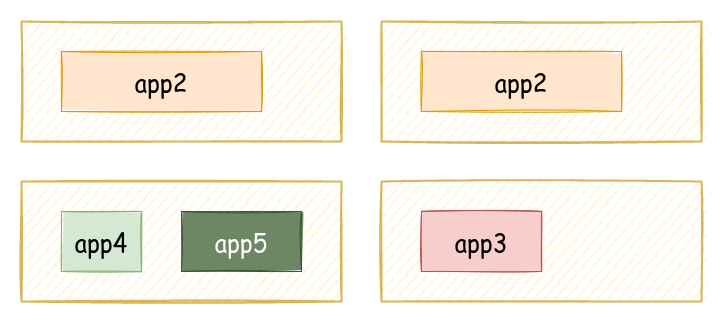
Before: 10-about/slides/images/27-new-services-server-off.png, a diagram exported from draw.io (prosto-o/kubernetes). Source tidied: cells renumbered, new cells last; positions are measured from the earlier drawing's top-left corner, leaving out a move shared by most shapes. The source it was exported from:
```xml
<mxGraphModel>
  <root>
    <mxCell id="0" />
    <mxCell id="1" parent="0" />
    <mxCell id="2" style="rounded=0;whiteSpace=wrap;html=1;verticalAlign=top;spacingTop=-48;sketch=1;fontFamily=Comic Sans MS;fontSize=24;fillColor=#fff2cc;strokeColor=#d6b656;fillStyle=auto;strokeWidth=2;" parent="1" vertex="1">
      <mxGeometry x="360" y="160" width="320" height="120" as="geometry" />
    </mxCell>
    <mxCell id="3" style="rounded=0;whiteSpace=wrap;html=1;verticalAlign=top;spacingTop=-48;sketch=1;fontFamily=Comic Sans MS;fontSize=24;fillColor=#fff2cc;strokeColor=#d6b656;fillStyle=auto;strokeWidth=2;" parent="1" vertex="1">
      <mxGeometry width="320" height="120" as="geometry" />
    </mxCell>
    <mxCell id="4" value="app2" style="rounded=0;whiteSpace=wrap;html=1;verticalAlign=middle;fontSize=24;fillColor=#ffe6cc;strokeColor=#d79b00;sketch=1;fontFamily=Comic Sans MS;fillStyle=solid;" parent="1" vertex="1">
      <mxGeometry x="40" y="30" width="200" height="60" as="geometry" />
    </mxCell>
    <mxCell id="5" value="app3" style="rounded=0;whiteSpace=wrap;html=1;verticalAlign=middle;fontSize=24;fillColor=#f8cecc;strokeColor=#b85450;sketch=1;fontFamily=Comic Sans MS;fillStyle=solid;" parent="1" vertex="1">
      <mxGeometry x="400" y="190" width="120" height="60" as="geometry" />
    </mxCell>
    <mxCell id="6" style="rounded=0;whiteSpace=wrap;html=1;verticalAlign=top;spacingTop=-48;sketch=1;fontFamily=Comic Sans MS;fontSize=24;fillColor=#fff2cc;strokeColor=#d6b656;fillStyle=auto;strokeWidth=2;" parent="1" vertex="1">
      <mxGeometry x="360" width="320" height="120" as="geometry" />
    </mxCell>
    <mxCell id="7" value="app2" style="rounded=0;whiteSpace=wrap;html=1;verticalAlign=middle;fontSize=24;fillColor=#ffe6cc;strokeColor=#d79b00;sketch=1;fontFamily=Comic Sans MS;fillStyle=solid;" parent="1" vertex="1">
      <mxGeometry x="400" y="30" width="200" height="60" as="geometry" />
    </mxCell>
    <mxCell id="8" style="rounded=0;whiteSpace=wrap;html=1;verticalAlign=top;spacingTop=-48;sketch=1;fontFamily=Comic Sans MS;fontSize=24;fillColor=#fff2cc;strokeColor=#d6b656;fillStyle=auto;strokeWidth=2;" parent="1" vertex="1">
      <mxGeometry y="160" width="320" height="120" as="geometry" />
    </mxCell>
    <mxCell id="9" value="app4" style="rounded=0;whiteSpace=wrap;html=1;verticalAlign=middle;fontSize=24;fillColor=#d5e8d4;strokeColor=#82b366;sketch=1;fontFamily=Comic Sans MS;fillStyle=solid;" parent="1" vertex="1">
      <mxGeometry x="40" y="190" width="80" height="60" as="geometry" />
    </mxCell>
    <mxCell id="10" value="app5" style="rounded=0;whiteSpace=wrap;html=1;verticalAlign=middle;fontSize=24;fillColor=#6d8764;strokeColor=#3A5431;sketch=1;fontFamily=Comic Sans MS;fillStyle=solid;fontColor=#ffffff;" parent="1" vertex="1">
      <mxGeometry x="160" y="190" width="120" height="60" as="geometry" />
    </mxCell>
  </root>
</mxGraphModel>
```
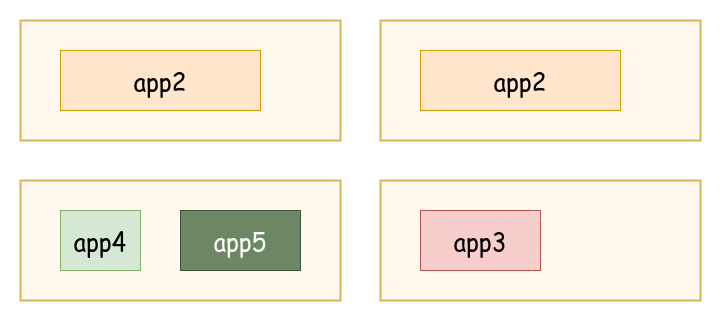
After the commit.

What changed in the source:
```diff
@@ -2,31 +2,31 @@
   <root>
     <mxCell id="0" />
     <mxCell id="1" parent="0" />
-    <mxCell id="2" style="rounded=0;whiteSpace=wrap;html=1;verticalAlign=top;spacingTop=-48;sketch=1;fontFamily=Comic Sans MS;fontSize=24;fillColor=#fff2cc;strokeColor=#d6b656;fillStyle=auto;strokeWidth=2;" parent="1" vertex="1">
+    <mxCell id="2" style="rounded=0;whiteSpace=wrap;html=1;verticalAlign=top;spacingTop=-48;fontFamily=Comic Sans MS;fontSize=24;fillColor=#FFF9F0;strokeColor=#d6b656;fillStyle=auto;strokeWidth=2;" parent="1" vertex="1">
       <mxGeometry x="360" y="160" width="320" height="120" as="geometry" />
     </mxCell>
-    <mxCell id="3" style="rounded=0;whiteSpace=wrap;html=1;verticalAlign=top;spacingTop=-48;sketch=1;fontFamily=Comic Sans MS;fontSize=24;fillColor=#fff2cc;strokeColor=#d6b656;fillStyle=auto;strokeWidth=2;" parent="1" vertex="1">
+    <mxCell id="3" style="rounded=0;whiteSpace=wrap;html=1;verticalAlign=top;spacingTop=-48;fontFamily=Comic Sans MS;fontSize=24;fillColor=#FFF9F0;strokeColor=#d6b656;fillStyle=auto;strokeWidth=2;" parent="1" vertex="1">
       <mxGeometry width="320" height="120" as="geometry" />
     </mxCell>
-    <mxCell id="4" value="app2" style="rounded=0;whiteSpace=wrap;html=1;verticalAlign=middle;fontSize=24;fillColor=#ffe6cc;strokeColor=#d79b00;sketch=1;fontFamily=Comic Sans MS;fillStyle=solid;" parent="1" vertex="1">
+    <mxCell id="4" value="app2" style="rounded=0;whiteSpace=wrap;html=1;verticalAlign=middle;fontSize=24;fillColor=#ffe6cc;strokeColor=#d79b00;fontFamily=Comic Sans MS;fillStyle=solid;" parent="1" vertex="1">
       <mxGeometry x="40" y="30" width="200" height="60" as="geometry" />
     </mxCell>
-    <mxCell id="5" value="app3" style="rounded=0;whiteSpace=wrap;html=1;verticalAlign=middle;fontSize=24;fillColor=#f8cecc;strokeColor=#b85450;sketch=1;fontFamily=Comic Sans MS;fillStyle=solid;" parent="1" vertex="1">
+    <mxCell id="5" value="app3" style="rounded=0;whiteSpace=wrap;html=1;verticalAlign=middle;fontSize=24;fillColor=#f8cecc;strokeColor=#b85450;fontFamily=Comic Sans MS;fillStyle=solid;" parent="1" vertex="1">
       <mxGeometry x="400" y="190" width="120" height="60" as="geometry" />
     </mxCell>
-    <mxCell id="6" style="rounded=0;whiteSpace=wrap;html=1;verticalAlign=top;spacingTop=-48;sketch=1;fontFamily=Comic Sans MS;fontSize=24;fillColor=#fff2cc;strokeColor=#d6b656;fillStyle=auto;strokeWidth=2;" parent="1" vertex="1">
+    <mxCell id="6" style="rounded=0;whiteSpace=wrap;html=1;verticalAlign=top;spacingTop=-48;fontFamily=Comic Sans MS;fontSize=24;fillColor=#FFF9F0;strokeColor=#d6b656;fillStyle=auto;strokeWidth=2;" parent="1" vertex="1">
       <mxGeometry x="360" width="320" height="120" as="geometry" />
     </mxCell>
-    <mxCell id="7" value="app2" style="rounded=0;whiteSpace=wrap;html=1;verticalAlign=middle;fontSize=24;fillColor=#ffe6cc;strokeColor=#d79b00;sketch=1;fontFamily=Comic Sans MS;fillStyle=solid;" parent="1" vertex="1">
+    <mxCell id="7" value="app2" style="rounded=0;whiteSpace=wrap;html=1;verticalAlign=middle;fontSize=24;fillColor=#ffe6cc;strokeColor=#d79b00;fontFamily=Comic Sans MS;fillStyle=solid;" parent="1" vertex="1">
       <mxGeometry x="400" y="30" width="200" height="60" as="geometry" />
     </mxCell>
-    <mxCell id="8" style="rounded=0;whiteSpace=wrap;html=1;verticalAlign=top;spacingTop=-48;sketch=1;fontFamily=Comic Sans MS;fontSize=24;fillColor=#fff2cc;strokeColor=#d6b656;fillStyle=auto;strokeWidth=2;" parent="1" vertex="1">
+    <mxCell id="8" style="rounded=0;whiteSpace=wrap;html=1;verticalAlign=top;spacingTop=-48;fontFamily=Comic Sans MS;fontSize=24;fillColor=#FFF9F0;strokeColor=#d6b656;fillStyle=auto;strokeWidth=2;" parent="1" vertex="1">
       <mxGeometry y="160" width="320" height="120" as="geometry" />
     </mxCell>
-    <mxCell id="9" value="app4" style="rounded=0;whiteSpace=wrap;html=1;verticalAlign=middle;fontSize=24;fillColor=#d5e8d4;strokeColor=#82b366;sketch=1;fontFamily=Comic Sans MS;fillStyle=solid;" parent="1" vertex="1">
+    <mxCell id="9" value="app4" style="rounded=0;whiteSpace=wrap;html=1;verticalAlign=middle;fontSize=24;fillColor=#d5e8d4;strokeColor=#82b366;fontFamily=Comic Sans MS;fillStyle=solid;" parent="1" vertex="1">
       <mxGeometry x="40" y="190" width="80" height="60" as="geometry" />
     </mxCell>
-    <mxCell id="10" value="app5" style="rounded=0;whiteSpace=wrap;html=1;verticalAlign=middle;fontSize=24;fillColor=#6d8764;strokeColor=#3A5431;sketch=1;fontFamily=Comic Sans MS;fillStyle=solid;fontColor=#ffffff;" parent="1" vertex="1">
+    <mxCell id="10" value="app5" style="rounded=0;whiteSpace=wrap;html=1;verticalAlign=middle;fontSize=24;fillColor=#6d8764;strokeColor=#3A5431;fontFamily=Comic Sans MS;fillStyle=solid;fontColor=#ffffff;" parent="1" vertex="1">
       <mxGeometry x="160" y="190" width="120" height="60" as="geometry" />
     </mxCell>
   </root>
```
